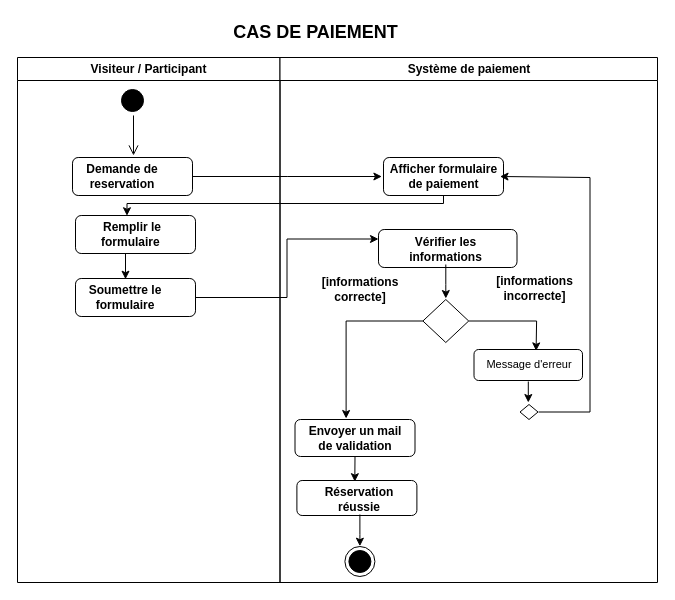
Before: Diagramme act paie.drawio in louis-fresnel99/TpGasaL1, a draw.io diagram. Source tidied: cells renumbered, new cells numbered last; positions are measured from the earlier drawing's top-left corner, leaving out a move shared by most shapes. Both pictures are drawn from the tidied source at 100%, with x=0, y=0 at pixel (17, 17).
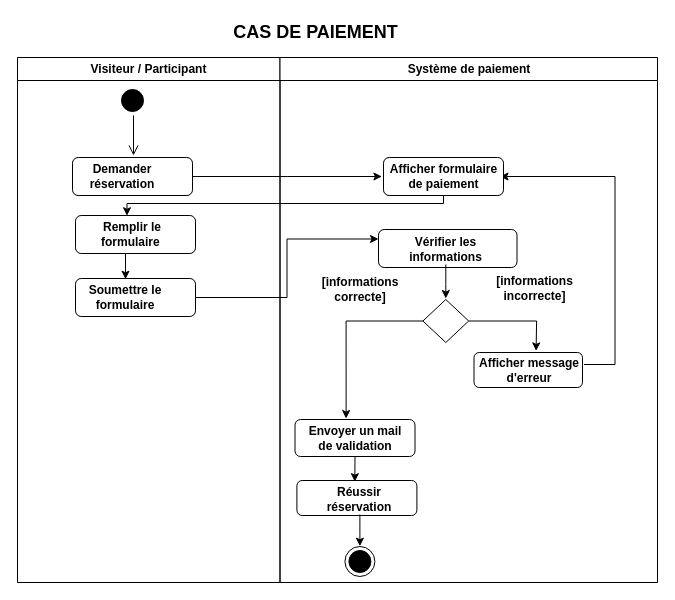
After the change.

Commit message:
Mettre à jour Diagramme act paie.drawio

Unchanged cells that the change refers to:
```xml
<mxCell id="2" value="Visiteur / Participant" style="swimlane;whiteSpace=wrap;" parent="1" vertex="1">
  <mxGeometry y="40" width="262.5" height="525" as="geometry" />
</mxCell>
<mxCell id="13" value="Système de paiement" style="swimlane;whiteSpace=wrap;" parent="1" vertex="1">
  <mxGeometry x="262.5" y="40" width="377.5" height="525" as="geometry" />
</mxCell>
<mxCell id="32" value="&lt;b&gt;Afficher formulaire de paiement&lt;/b&gt;" style="text;html=1;align=center;verticalAlign=middle;whiteSpace=wrap;rounded=0;" parent="13" vertex="1">
  <mxGeometry x="107.5" y="104" width="112.5" height="30" as="geometry" />
</mxCell>
```

Diff of the diagram source:
```diff
@@
-    <mxCell id="7" value="&lt;b&gt;Demande de reservation&lt;/b&gt;" style="text;html=1;align=center;verticalAlign=middle;whiteSpace=wrap;rounded=0;" parent="2" vertex="1">
+    <mxCell id="7" value="&lt;b&gt;Demander réservation&lt;/b&gt;" style="text;html=1;align=center;verticalAlign=middle;whiteSpace=wrap;rounded=0;" parent="2" vertex="1">
       <mxGeometry x="65" y="104" width="80" height="30" as="geometry" />
     </mxCell>
@@
     <mxCell id="19" style="rounded=1;whiteSpace=wrap;html=1;" parent="13" vertex="1">
-      <mxGeometry x="194" y="292" width="108.5" height="31" as="geometry" />
+      <mxGeometry x="194" y="295" width="108.5" height="35" as="geometry" />
     </mxCell>
@@
+    <mxCell id="39" style="edgeStyle=orthogonalEdgeStyle;rounded=0;jettySize=auto;html=1;entryX=1;entryY=0.5;entryDx=0;entryDy=0;" parent="13" edge="1" source="21" target="32">
+      <mxGeometry relative="1" as="geometry">
+        <Array as="points">
+          <mxPoint x="335" y="307" />
+          <mxPoint x="335" y="119" />
+        </Array>
+      </mxGeometry>
+    </mxCell>
-    <mxCell id="21" value="&lt;span style=&quot;font-size: 11px;&quot;&gt;Message d'erreur&lt;/span&gt;" style="text;html=1;align=center;verticalAlign=middle;whiteSpace=wrap;rounded=0;" parent="13" vertex="1">
-      <mxGeometry x="194" y="291.5" width="110" height="30" as="geometry" />
+    <mxCell id="21" value="&lt;b style=&quot;&quot;&gt;&lt;font style=&quot;font-size: 12px;&quot;&gt;Afficher message d'erreur&lt;/font&gt;&lt;/b&gt;" style="text;html=1;align=center;verticalAlign=middle;whiteSpace=wrap;rounded=0;" parent="13" vertex="1">
+      <mxGeometry x="194" y="300.2" width="110" height="25.5" as="geometry" />
     </mxCell>
@@
-    <mxCell id="29" value="&lt;b&gt;Réservation réussie&lt;/b&gt;" style="text;html=1;align=center;verticalAlign=middle;whiteSpace=wrap;rounded=0;" parent="13" vertex="1">
+    <mxCell id="29" value="&lt;b&gt;Réussir réservation&lt;/b&gt;" style="text;html=1;align=center;verticalAlign=middle;whiteSpace=wrap;rounded=0;" parent="13" vertex="1">
       <mxGeometry x="24.9" y="427" width="110" height="30" as="geometry" />
     </mxCell>
@@
-    <mxCell id="33" style="edgeStyle=orthogonalEdgeStyle;rounded=0;jettySize=auto;html=1;entryX=1;entryY=0.5;entryDx=0;entryDy=0;fontFamily=Helvetica;fontSize=12;fontColor=default;labelBackgroundColor=light-dark(#000000,#000000);exitX=1;exitY=0.5;exitDx=0;exitDy=0;" parent="13" edge="1" target="32">
-      <mxGeometry relative="1" as="geometry">
-        <mxPoint x="258.5" y="354.5" as="sourcePoint" />
-        <Array as="points">
-          <mxPoint x="310" y="354" />
-          <mxPoint x="310" y="120" />
-          <mxPoint x="220" y="120" />
-        </Array>
-      </mxGeometry>
-    </mxCell>
-    <mxCell id="34" style="rhombus;whiteSpace=wrap;html=1;fontColor=#000000;fillColor=#FFFFFF;strokeColor=#000000;fillStyle=solid;align=center;verticalAlign=top;fontFamily=Helvetica;fontSize=12;labelBackgroundColor=light-dark(#000000,#000000);" parent="13" vertex="1">
-      <mxGeometry x="240" y="347" width="18" height="15" as="geometry" />
-    </mxCell>
-    <mxCell id="35" style="edgeStyle=orthogonalEdgeStyle;rounded=0;orthogonalLoop=1;jettySize=auto;html=1;" parent="1" edge="1">
-      <mxGeometry relative="1" as="geometry">
-        <mxPoint x="510.8" y="364" as="sourcePoint" />
-        <mxPoint x="510.8" y="385" as="targetPoint" />
-      </mxGeometry>
-    </mxCell>
```
